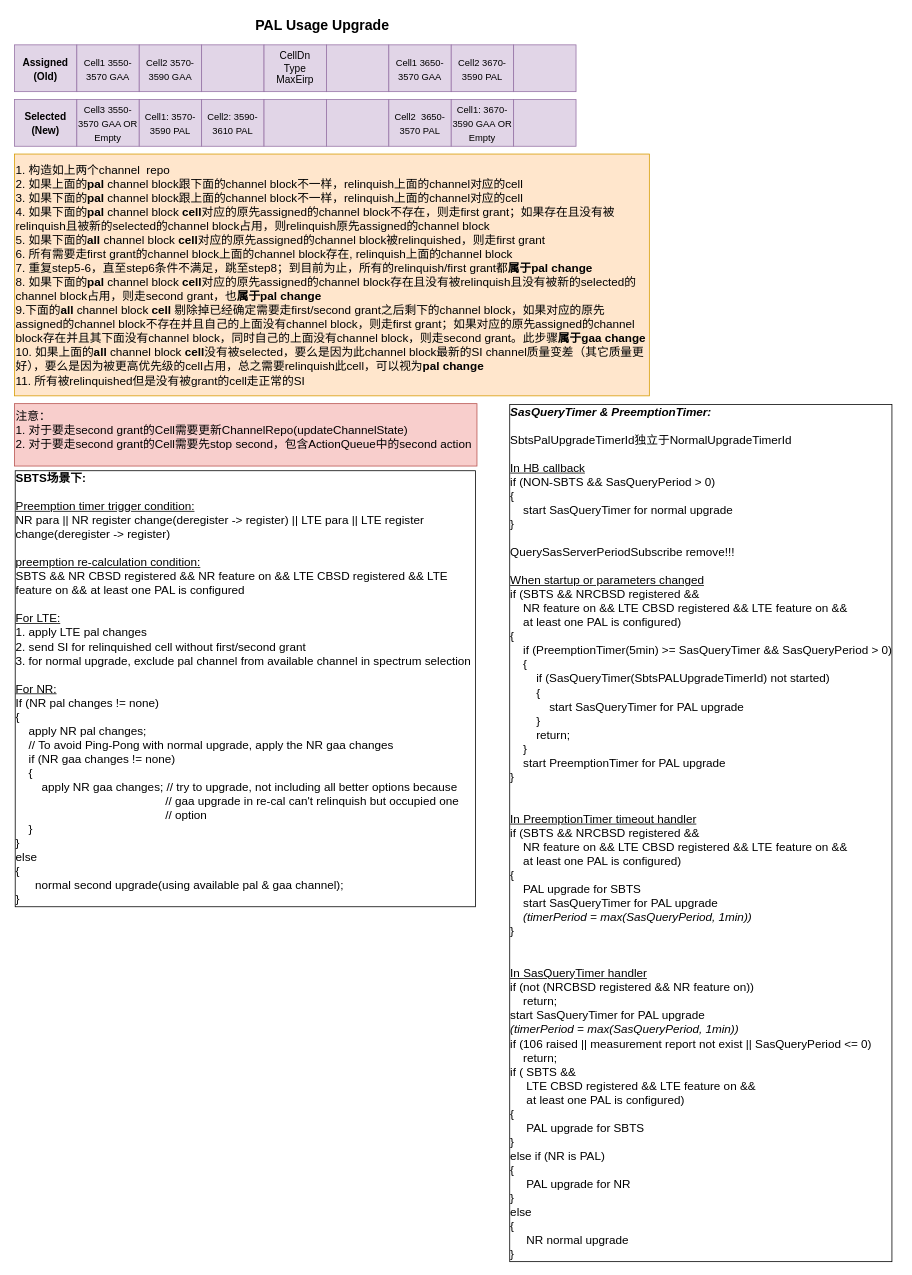
The draw.io diagram Pal_Change_Algorithm.drawio in xdlhzdh/drawio, before the edit. Source tidied: cells renumbered, new cells numbered last; positions are measured from the earlier drawing's top-left corner, leaving out a move shared by most shapes. Both pictures are drawn from the tidied source at 78%, with x=0, y=0 at pixel (13, 13).
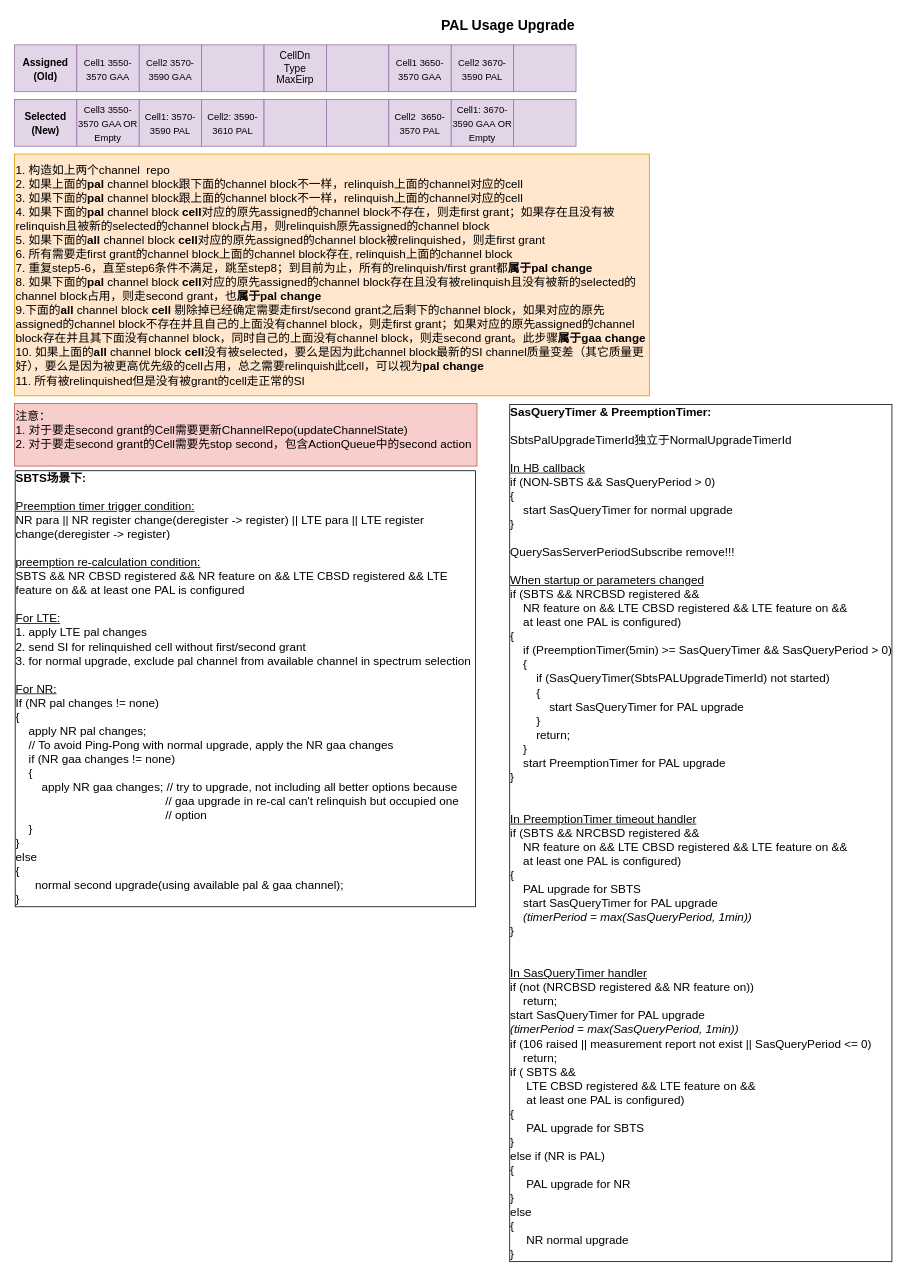
The same page after the edit.

Change to the diagram source:
```diff
@@
     <mxCell id="21" value="PAL Usage Upgrade" style="text;html=1;strokeColor=none;fillColor=none;align=center;verticalAlign=middle;whiteSpace=wrap;rounded=0;fontSize=18;fontColor=#000000;fontStyle=1;fontFamily=Helvetica;" parent="1" vertex="1">
-      <mxGeometry x="286" width="220" height="30" as="geometry" />
+      <mxGeometry x="524" width="220" height="30" as="geometry" />
     </mxCell>
@@
-    <mxCell id="24" value="&lt;div style=&quot;font-size: 15px;&quot;&gt;&lt;font style=&quot;font-size: 15px;&quot;&gt;&lt;i style=&quot;&quot;&gt;&lt;b style=&quot;&quot;&gt;SasQueryTimer &amp;amp; PreemptionTimer:&lt;/b&gt;&lt;/i&gt;&lt;/font&gt;&lt;/div&gt;&lt;div style=&quot;font-size: 15px;&quot;&gt;&lt;br&gt;&lt;/div&gt;&lt;div style=&quot;font-size: 15px;&quot;&gt;&lt;font style=&quot;font-size: 15px;&quot;&gt;SbtsPalUpgradeTimerId独立于NormalUpgradeTimerId&lt;/font&gt;&lt;/div&gt;&lt;div style=&quot;font-size: 15px;&quot;&gt;&lt;font style=&quot;font-size: 15px;&quot;&gt;&lt;br&gt;&lt;/font&gt;&lt;/div&gt;&lt;div style=&quot;font-size: 15px;&quot;&gt;&lt;font style=&quot;font-size: 15px;&quot;&gt;&lt;u&gt;In HB callback&lt;/u&gt;&lt;/font&gt;&lt;/div&gt;&lt;div style=&quot;font-size: 15px;&quot;&gt;&lt;font style=&quot;font-size: 15px;&quot;&gt;if (NON-SBTS &amp;amp;&amp;amp; SasQueryPeriod &amp;gt; 0)&lt;/font&gt;&lt;/div&gt;&lt;div style=&quot;font-size: 15px;&quot;&gt;&lt;font style=&quot;font-size: 15px;&quot;&gt;{&lt;/font&gt;&lt;/div&gt;&lt;div style=&quot;font-size: 15px;&quot;&gt;&lt;font style=&quot;font-size: 15px;&quot;&gt;&amp;nbsp; &amp;nbsp; start SasQueryTimer for normal upgrade&lt;/font&gt;&lt;/div&gt;&lt;div style=&quot;font-size: 15px;&quot;&gt;&lt;font style=&quot;font-size: 15px;&quot;&gt;}&lt;/font&gt;&lt;/div&gt;&lt;div style=&quot;font-size: 15px;&quot;&gt;&lt;font style=&quot;font-size: 15px;&quot;&gt;&lt;br&gt;&lt;/font&gt;&lt;/div&gt;&lt;div style=&quot;font-size: 15px;&quot;&gt;&lt;font style=&quot;font-size: 15px;&quot;&gt;QuerySasServerPeriodSubscribe remove!!!&lt;/font&gt;&lt;/div&gt;&lt;div style=&quot;font-size: 15px;&quot;&gt;&lt;font style=&quot;font-size: 15px;&quot;&gt;&lt;br&gt;&lt;/font&gt;&lt;/div&gt;&lt;div style=&quot;font-size: 15px;&quot;&gt;&lt;font style=&quot;font-size: 15px;&quot;&gt;&lt;u&gt;When startup or parameters changed&lt;/u&gt;&lt;/font&gt;&lt;/div&gt;&lt;div style=&quot;font-size: 15px;&quot;&gt;&lt;div&gt;&lt;font style=&quot;font-size: 15px;&quot;&gt;if (SBTS &amp;amp;&amp;amp; NRCBSD registered &amp;amp;&amp;amp;&lt;/font&gt;&lt;/div&gt;&lt;font style=&quot;font-size: 15px;&quot;&gt;&amp;nbsp; &amp;nbsp; NR feature on &amp;amp;&amp;amp; LTE CBSD registered &amp;amp;&amp;amp; LTE feature on &amp;amp;&amp;amp;&lt;br&gt;&amp;nbsp; &amp;nbsp; at least one PAL is configured&lt;span style=&quot;background-color: initial;&quot;&gt;)&lt;/span&gt;&lt;br&gt;&lt;/font&gt;&lt;/div&gt;&lt;div style=&quot;font-size: 15px;&quot;&gt;&lt;font style=&quot;font-size: 15px;&quot;&gt;{&lt;/font&gt;&lt;/div&gt;&lt;div style=&quot;font-size: 15px;&quot;&gt;&lt;font style=&quot;font-size: 15px;&quot;&gt;&amp;nbsp; &amp;nbsp; if (PreemptionTimer(5min) &amp;gt;= SasQueryTimer &amp;amp;&amp;amp; SasQueryPeriod&amp;nbsp;&amp;gt; 0)&lt;/font&gt;&lt;/div&gt;&lt;div style=&quot;font-size: 15px;&quot;&gt;&lt;font style=&quot;font-size: 15px;&quot;&gt;&amp;nbsp; &amp;nbsp; {&lt;/font&gt;&lt;/div&gt;&lt;div style=&quot;font-size: 15px;&quot;&gt;&lt;font style=&quot;font-size: 15px;&quot;&gt;&amp;nbsp; &amp;nbsp; &amp;nbsp; &amp;nbsp; if (SasQueryTimer(SbtsPALUpgradeTimerId) not started)&lt;/font&gt;&lt;/div&gt;&lt;div style=&quot;font-size: 15px;&quot;&gt;&lt;font style=&quot;font-size: 15px;&quot;&gt;&amp;nbsp; &amp;nbsp; &amp;nbsp; &amp;nbsp; {&lt;/font&gt;&lt;/div&gt;&lt;div style=&quot;font-size: 15px;&quot;&gt;&lt;font style=&quot;font-size: 15px;&quot;&gt;&amp;nbsp; &amp;nbsp; &amp;nbsp; &amp;nbsp; &amp;nbsp; &amp;nbsp; start SasQueryTimer for PAL upgrade&lt;/font&gt;&lt;/div&gt;&lt;div style=&quot;font-size: 15px;&quot;&gt;&lt;font style=&quot;font-size: 15px;&quot;&gt;&amp;nbsp; &amp;nbsp; &amp;nbsp; &amp;nbsp; }&lt;/font&gt;&lt;/div&gt;&lt;div style=&quot;font-size: 15px;&quot;&gt;&lt;font style=&quot;font-size: 15px;&quot;&gt;&amp;nbsp; &amp;nbsp; &amp;nbsp; &amp;nbsp; return;&lt;/font&gt;&lt;/div&gt;&lt;div style=&quot;font-size: 15px;&quot;&gt;&lt;font style=&quot;font-size: 15px;&quot;&gt;&amp;nbsp; &amp;nbsp; }&lt;/font&gt;&lt;/div&gt;&lt;div style=&quot;font-size: 15px;&quot;&gt;&lt;font style=&quot;font-size: 15px;&quot;&gt;&amp;nbsp; &amp;nbsp; start PreemptionTimer for PAL upgrade&lt;/font&gt;&lt;/div&gt;&lt;div style=&quot;font-size: 15px;&quot;&gt;&lt;font style=&quot;font-size: 15px;&quot;&gt;}&lt;/font&gt;&lt;/div&gt;&lt;div style=&quot;font-size: 15px;&quot;&gt;&lt;font style=&quot;font-size: 15px;&quot;&gt;&lt;br&gt;&lt;/font&gt;&lt;/div&gt;&lt;div style=&quot;font-size: 15px;&quot;&gt;&lt;font style=&quot;font-size: 15px;&quot;&gt;&lt;br&gt;&lt;/font&gt;&lt;/div&gt;&lt;div style=&quot;font-size: 15px;&quot;&gt;&lt;font style=&quot;font-size: 15px;&quot;&gt;&lt;u&gt;In PreemptionTimer timeout handler&lt;/u&gt;&lt;/font&gt;&lt;/div&gt;&lt;div style=&quot;font-size: 15px;&quot;&gt;&lt;font style=&quot;font-size: 15px;&quot;&gt;if (SBTS &amp;amp;&amp;amp; NRCBSD registered &amp;amp;&amp;amp;&lt;/font&gt;&lt;/div&gt;&lt;font style=&quot;font-size: 15px;&quot;&gt;&amp;nbsp; &amp;nbsp; NR feature on &amp;amp;&amp;amp; LTE CBSD registered &amp;amp;&amp;amp; LTE feature on &amp;amp;&amp;amp;&lt;br&gt;&amp;nbsp; &amp;nbsp; at least one PAL is configured&lt;span style=&quot;background-color: initial;&quot;&gt;)&lt;/span&gt;&lt;br&gt;&lt;/font&gt;&lt;div style=&quot;font-size: 15px;&quot;&gt;&lt;font style=&quot;font-size: 15px;&quot;&gt;{&lt;/font&gt;&lt;/div&gt;&lt;div style=&quot;font-size: 15px;&quot;&gt;&lt;font style=&quot;font-size: 15px;&quot;&gt;&amp;nbsp; &amp;nbsp; PAL upgrade for SBTS&lt;/font&gt;&lt;/div&gt;&lt;div style=&quot;font-size: 15px;&quot;&gt;&lt;font style=&quot;font-size: 15px;&quot;&gt;&amp;nbsp; &amp;nbsp; start SasQueryTimer for PAL upgrade&amp;nbsp;&lt;/font&gt;&lt;/div&gt;&lt;div style=&quot;font-size: 15px;&quot;&gt;&lt;font style=&quot;font-size: 15px;&quot;&gt;&amp;nbsp; &amp;nbsp; &lt;i&gt;(timerPeriod = max(SasQueryPeriod, 1min))&lt;/i&gt;&lt;/font&gt;&lt;/div&gt;&lt;div style=&quot;font-size: 15px;&quot;&gt;&lt;font style=&quot;font-size: 15px;&quot;&gt;}&lt;/font&gt;&lt;/div&gt;&lt;div style=&quot;font-size: 15px;&quot;&gt;&lt;font style=&quot;font-size: 15px;&quot;&gt;&lt;br&gt;&lt;/font&gt;&lt;/div&gt;&lt;div style=&quot;font-size: 15px;&quot;&gt;&lt;font style=&quot;font-size: 15px;&quot;&gt;&lt;br&gt;&lt;/font&gt;&lt;/div&gt;&lt;div style=&quot;font-size: 15px;&quot;&gt;&lt;font style=&quot;font-size: 15px;&quot;&gt;&lt;u&gt;In SasQueryTimer handler&lt;/u&gt;&lt;/font&gt;&lt;/div&gt;&lt;div style=&quot;font-size: 15px;&quot;&gt;&lt;div&gt;&lt;font style=&quot;font-size: 15px;&quot;&gt;if (not (NRCBSD registered &amp;amp;&amp;amp; NR feature on))&lt;/font&gt;&lt;/div&gt;&lt;div&gt;&lt;font style=&quot;font-size: 15px;&quot;&gt;&amp;nbsp; &amp;nbsp; return;&lt;/font&gt;&lt;/div&gt;&lt;div&gt;&lt;font style=&quot;font-size: 15px;&quot;&gt;start SasQueryTimer for PAL upgrade&lt;/font&gt;&lt;/div&gt;&lt;div&gt;&lt;font style=&quot;font-size: 15px;&quot;&gt;&lt;i style=&quot;&quot;&gt;(timerPeriod = max(SasQueryPeriod, 1min))&lt;/i&gt;&lt;/font&gt;&lt;/div&gt;&lt;div&gt;&lt;font style=&quot;font-size: 15px;&quot;&gt;if (106 raised || measurement report not exist ||&amp;nbsp;&lt;/font&gt;&lt;span style=&quot;background-color: initial;&quot;&gt;SasQueryPeriod &amp;lt;= 0)&lt;/span&gt;&lt;/div&gt;&lt;div&gt;&lt;font style=&quot;font-size: 15px;&quot;&gt;&amp;nbsp; &amp;nbsp; return;&lt;/font&gt;&lt;/div&gt;&lt;div&gt;&lt;font style=&quot;font-size: 15px;&quot;&gt;if ( SBTS &amp;amp;&amp;amp;&lt;/font&gt;&lt;/div&gt;&lt;div&gt;&lt;font style=&quot;font-size: 15px;&quot;&gt;&amp;nbsp; &amp;nbsp; &amp;nbsp;LTE CBSD registered &amp;amp;&amp;amp; LTE feature on &amp;amp;&amp;amp;&lt;/font&gt;&lt;/div&gt;&lt;div&gt;&lt;font style=&quot;font-size: 15px;&quot;&gt;&amp;nbsp; &amp;nbsp; &amp;nbsp;at least one PAL is configured)&lt;/font&gt;&lt;/div&gt;&lt;div&gt;&lt;font style=&quot;font-size: 15px;&quot;&gt;{&lt;/font&gt;&lt;/div&gt;&lt;div&gt;&lt;font style=&quot;font-size: 15px;&quot;&gt;&amp;nbsp; &amp;nbsp; &amp;nbsp;PAL upgrade for SBTS&lt;/font&gt;&lt;/div&gt;&lt;div&gt;&lt;font style=&quot;font-size: 15px;&quot;&gt;}&lt;/font&gt;&lt;/div&gt;&lt;div&gt;&lt;font style=&quot;font-size: 15px;&quot;&gt;else if (NR is PAL)&lt;/font&gt;&lt;/div&gt;&lt;div&gt;&lt;font style=&quot;font-size: 15px;&quot;&gt;{&lt;/font&gt;&lt;/div&gt;&lt;div&gt;&lt;font style=&quot;font-size: 15px;&quot;&gt;&amp;nbsp; &amp;nbsp; &amp;nbsp;PAL upgrade for NR&lt;/font&gt;&lt;/div&gt;&lt;div&gt;&lt;font style=&quot;font-size: 15px;&quot;&gt;}&lt;/font&gt;&lt;/div&gt;&lt;div&gt;&lt;font style=&quot;font-size: 15px;&quot;&gt;else&lt;/font&gt;&lt;/div&gt;&lt;div&gt;&lt;font style=&quot;font-size: 15px;&quot;&gt;{&lt;/font&gt;&lt;/div&gt;&lt;div&gt;&lt;font style=&quot;font-size: 15px;&quot;&gt;&amp;nbsp; &amp;nbsp; &amp;nbsp;NR normal upgrade&lt;/font&gt;&lt;/div&gt;&lt;div&gt;&lt;font style=&quot;font-size: 15px;&quot;&gt;}&lt;/font&gt;&lt;/div&gt;&lt;/div&gt;" style="text;html=1;strokeColor=none;fillColor=none;align=left;verticalAlign=middle;whiteSpace=wrap;rounded=0;sketch=0;shadow=0;labelBorderColor=default;" parent="1" vertex="1">
+    <mxCell id="24" value="&lt;div style=&quot;font-size: 15px;&quot;&gt;&lt;font style=&quot;font-size: 15px;&quot;&gt;&lt;b style=&quot;&quot;&gt;SasQueryTimer &amp;amp; PreemptionTimer:&lt;/b&gt;&lt;/font&gt;&lt;/div&gt;&lt;div style=&quot;font-size: 15px;&quot;&gt;&lt;br&gt;&lt;/div&gt;&lt;div style=&quot;font-size: 15px;&quot;&gt;&lt;font style=&quot;font-size: 15px;&quot;&gt;SbtsPalUpgradeTimerId独立于NormalUpgradeTimerId&lt;/font&gt;&lt;/div&gt;&lt;div style=&quot;font-size: 15px;&quot;&gt;&lt;font style=&quot;font-size: 15px;&quot;&gt;&lt;br&gt;&lt;/font&gt;&lt;/div&gt;&lt;div style=&quot;font-size: 15px;&quot;&gt;&lt;font style=&quot;font-size: 15px;&quot;&gt;&lt;u&gt;In HB callback&lt;/u&gt;&lt;/font&gt;&lt;/div&gt;&lt;div style=&quot;font-size: 15px;&quot;&gt;&lt;font style=&quot;font-size: 15px;&quot;&gt;if (NON-SBTS &amp;amp;&amp;amp; SasQueryPeriod &amp;gt; 0)&lt;/font&gt;&lt;/div&gt;&lt;div style=&quot;font-size: 15px;&quot;&gt;&lt;font style=&quot;font-size: 15px;&quot;&gt;{&lt;/font&gt;&lt;/div&gt;&lt;div style=&quot;font-size: 15px;&quot;&gt;&lt;font style=&quot;font-size: 15px;&quot;&gt;&amp;nbsp; &amp;nbsp; start SasQueryTimer for normal upgrade&lt;/font&gt;&lt;/div&gt;&lt;div style=&quot;font-size: 15px;&quot;&gt;&lt;font style=&quot;font-size: 15px;&quot;&gt;}&lt;/font&gt;&lt;/div&gt;&lt;div style=&quot;font-size: 15px;&quot;&gt;&lt;font style=&quot;font-size: 15px;&quot;&gt;&lt;br&gt;&lt;/font&gt;&lt;/div&gt;&lt;div style=&quot;font-size: 15px;&quot;&gt;&lt;font style=&quot;font-size: 15px;&quot;&gt;QuerySasServerPeriodSubscribe remove!!!&lt;/font&gt;&lt;/div&gt;&lt;div style=&quot;font-size: 15px;&quot;&gt;&lt;font style=&quot;font-size: 15px;&quot;&gt;&lt;br&gt;&lt;/font&gt;&lt;/div&gt;&lt;div style=&quot;font-size: 15px;&quot;&gt;&lt;font style=&quot;font-size: 15px;&quot;&gt;&lt;u&gt;When startup or parameters changed&lt;/u&gt;&lt;/font&gt;&lt;/div&gt;&lt;div style=&quot;font-size: 15px;&quot;&gt;&lt;div&gt;&lt;font style=&quot;font-size: 15px;&quot;&gt;if (SBTS &amp;amp;&amp;amp; NRCBSD registered &amp;amp;&amp;amp;&lt;/font&gt;&lt;/div&gt;&lt;font style=&quot;font-size: 15px;&quot;&gt;&amp;nbsp; &amp;nbsp; NR feature on &amp;amp;&amp;amp; LTE CBSD registered &amp;amp;&amp;amp; LTE feature on &amp;amp;&amp;amp;&lt;br&gt;&amp;nbsp; &amp;nbsp; at least one PAL is configured&lt;span style=&quot;background-color: initial;&quot;&gt;)&lt;/span&gt;&lt;br&gt;&lt;/font&gt;&lt;/div&gt;&lt;div style=&quot;font-size: 15px;&quot;&gt;&lt;font style=&quot;font-size: 15px;&quot;&gt;{&lt;/font&gt;&lt;/div&gt;&lt;div style=&quot;font-size: 15px;&quot;&gt;&lt;font style=&quot;font-size: 15px;&quot;&gt;&amp;nbsp; &amp;nbsp; if (PreemptionTimer(5min) &amp;gt;= SasQueryTimer &amp;amp;&amp;amp; SasQueryPeriod&amp;nbsp;&amp;gt; 0)&lt;/font&gt;&lt;/div&gt;&lt;div style=&quot;font-size: 15px;&quot;&gt;&lt;font style=&quot;font-size: 15px;&quot;&gt;&amp;nbsp; &amp;nbsp; {&lt;/font&gt;&lt;/div&gt;&lt;div style=&quot;font-size: 15px;&quot;&gt;&lt;font style=&quot;font-size: 15px;&quot;&gt;&amp;nbsp; &amp;nbsp; &amp;nbsp; &amp;nbsp; if (SasQueryTimer(SbtsPALUpgradeTimerId) not started)&lt;/font&gt;&lt;/div&gt;&lt;div style=&quot;font-size: 15px;&quot;&gt;&lt;font style=&quot;font-size: 15px;&quot;&gt;&amp;nbsp; &amp;nbsp; &amp;nbsp; &amp;nbsp; {&lt;/font&gt;&lt;/div&gt;&lt;div style=&quot;font-size: 15px;&quot;&gt;&lt;font style=&quot;font-size: 15px;&quot;&gt;&amp;nbsp; &amp;nbsp; &amp;nbsp; &amp;nbsp; &amp;nbsp; &amp;nbsp; start SasQueryTimer for PAL upgrade&lt;/font&gt;&lt;/div&gt;&lt;div style=&quot;font-size: 15px;&quot;&gt;&lt;font style=&quot;font-size: 15px;&quot;&gt;&amp;nbsp; &amp;nbsp; &amp;nbsp; &amp;nbsp; }&lt;/font&gt;&lt;/div&gt;&lt;div style=&quot;font-size: 15px;&quot;&gt;&lt;font style=&quot;font-size: 15px;&quot;&gt;&amp;nbsp; &amp;nbsp; &amp;nbsp; &amp;nbsp; return;&lt;/font&gt;&lt;/div&gt;&lt;div style=&quot;font-size: 15px;&quot;&gt;&lt;font style=&quot;font-size: 15px;&quot;&gt;&amp;nbsp; &amp;nbsp; }&lt;/font&gt;&lt;/div&gt;&lt;div style=&quot;font-size: 15px;&quot;&gt;&lt;font style=&quot;font-size: 15px;&quot;&gt;&amp;nbsp; &amp;nbsp; start PreemptionTimer for PAL upgrade&lt;/font&gt;&lt;/div&gt;&lt;div style=&quot;font-size: 15px;&quot;&gt;&lt;font style=&quot;font-size: 15px;&quot;&gt;}&lt;/font&gt;&lt;/div&gt;&lt;div style=&quot;font-size: 15px;&quot;&gt;&lt;font style=&quot;font-size: 15px;&quot;&gt;&lt;br&gt;&lt;/font&gt;&lt;/div&gt;&lt;div style=&quot;font-size: 15px;&quot;&gt;&lt;font style=&quot;font-size: 15px;&quot;&gt;&lt;br&gt;&lt;/font&gt;&lt;/div&gt;&lt;div style=&quot;font-size: 15px;&quot;&gt;&lt;font style=&quot;font-size: 15px;&quot;&gt;&lt;u&gt;In PreemptionTimer timeout handler&lt;/u&gt;&lt;/font&gt;&lt;/div&gt;&lt;div style=&quot;font-size: 15px;&quot;&gt;&lt;font style=&quot;font-size: 15px;&quot;&gt;if (SBTS &amp;amp;&amp;amp; NRCBSD registered &amp;amp;&amp;amp;&lt;/font&gt;&lt;/div&gt;&lt;font style=&quot;font-size: 15px;&quot;&gt;&amp;nbsp; &amp;nbsp; NR feature on &amp;amp;&amp;amp; LTE CBSD registered &amp;amp;&amp;amp; LTE feature on &amp;amp;&amp;amp;&lt;br&gt;&amp;nbsp; &amp;nbsp; at least one PAL is configured&lt;span style=&quot;background-color: initial;&quot;&gt;)&lt;/span&gt;&lt;br&gt;&lt;/font&gt;&lt;div style=&quot;font-size: 15px;&quot;&gt;&lt;font style=&quot;font-size: 15px;&quot;&gt;{&lt;/font&gt;&lt;/div&gt;&lt;div style=&quot;font-size: 15px;&quot;&gt;&lt;font style=&quot;font-size: 15px;&quot;&gt;&amp;nbsp; &amp;nbsp; PAL upgrade for SBTS&lt;/font&gt;&lt;/div&gt;&lt;div style=&quot;font-size: 15px;&quot;&gt;&lt;font style=&quot;font-size: 15px;&quot;&gt;&amp;nbsp; &amp;nbsp; start SasQueryTimer for PAL upgrade&amp;nbsp;&lt;/font&gt;&lt;/div&gt;&lt;div style=&quot;font-size: 15px;&quot;&gt;&lt;font style=&quot;font-size: 15px;&quot;&gt;&amp;nbsp; &amp;nbsp; &lt;i&gt;(timerPeriod = max(SasQueryPeriod, 1min))&lt;/i&gt;&lt;/font&gt;&lt;/div&gt;&lt;div style=&quot;font-size: 15px;&quot;&gt;&lt;font style=&quot;font-size: 15px;&quot;&gt;}&lt;/font&gt;&lt;/div&gt;&lt;div style=&quot;font-size: 15px;&quot;&gt;&lt;font style=&quot;font-size: 15px;&quot;&gt;&lt;br&gt;&lt;/font&gt;&lt;/div&gt;&lt;div style=&quot;font-size: 15px;&quot;&gt;&lt;font style=&quot;font-size: 15px;&quot;&gt;&lt;br&gt;&lt;/font&gt;&lt;/div&gt;&lt;div style=&quot;font-size: 15px;&quot;&gt;&lt;font style=&quot;font-size: 15px;&quot;&gt;&lt;u&gt;In SasQueryTimer handler&lt;/u&gt;&lt;/font&gt;&lt;/div&gt;&lt;div style=&quot;font-size: 15px;&quot;&gt;&lt;div&gt;&lt;font style=&quot;font-size: 15px;&quot;&gt;if (not (NRCBSD registered &amp;amp;&amp;amp; NR feature on))&lt;/font&gt;&lt;/div&gt;&lt;div&gt;&lt;font style=&quot;font-size: 15px;&quot;&gt;&amp;nbsp; &amp;nbsp; return;&lt;/font&gt;&lt;/div&gt;&lt;div&gt;&lt;font style=&quot;font-size: 15px;&quot;&gt;start SasQueryTimer for PAL upgrade&lt;/font&gt;&lt;/div&gt;&lt;div&gt;&lt;font style=&quot;font-size: 15px;&quot;&gt;&lt;i style=&quot;&quot;&gt;(timerPeriod = max(SasQueryPeriod, 1min))&lt;/i&gt;&lt;/font&gt;&lt;/div&gt;&lt;div&gt;&lt;font style=&quot;font-size: 15px;&quot;&gt;if (106 raised || measurement report not exist ||&amp;nbsp;&lt;/font&gt;&lt;span style=&quot;background-color: initial;&quot;&gt;SasQueryPeriod &amp;lt;= 0)&lt;/span&gt;&lt;/div&gt;&lt;div&gt;&lt;font style=&quot;font-size: 15px;&quot;&gt;&amp;nbsp; &amp;nbsp; return;&lt;/font&gt;&lt;/div&gt;&lt;div&gt;&lt;font style=&quot;font-size: 15px;&quot;&gt;if ( SBTS &amp;amp;&amp;amp;&lt;/font&gt;&lt;/div&gt;&lt;div&gt;&lt;font style=&quot;font-size: 15px;&quot;&gt;&amp;nbsp; &amp;nbsp; &amp;nbsp;LTE CBSD registered &amp;amp;&amp;amp; LTE feature on &amp;amp;&amp;amp;&lt;/font&gt;&lt;/div&gt;&lt;div&gt;&lt;font style=&quot;font-size: 15px;&quot;&gt;&amp;nbsp; &amp;nbsp; &amp;nbsp;at least one PAL is configured)&lt;/font&gt;&lt;/div&gt;&lt;div&gt;&lt;font style=&quot;font-size: 15px;&quot;&gt;{&lt;/font&gt;&lt;/div&gt;&lt;div&gt;&lt;font style=&quot;font-size: 15px;&quot;&gt;&amp;nbsp; &amp;nbsp; &amp;nbsp;PAL upgrade for SBTS&lt;/font&gt;&lt;/div&gt;&lt;div&gt;&lt;font style=&quot;font-size: 15px;&quot;&gt;}&lt;/font&gt;&lt;/div&gt;&lt;div&gt;&lt;font style=&quot;font-size: 15px;&quot;&gt;else if (NR is PAL)&lt;/font&gt;&lt;/div&gt;&lt;div&gt;&lt;font style=&quot;font-size: 15px;&quot;&gt;{&lt;/font&gt;&lt;/div&gt;&lt;div&gt;&lt;font style=&quot;font-size: 15px;&quot;&gt;&amp;nbsp; &amp;nbsp; &amp;nbsp;PAL upgrade for NR&lt;/font&gt;&lt;/div&gt;&lt;div&gt;&lt;font style=&quot;font-size: 15px;&quot;&gt;}&lt;/font&gt;&lt;/div&gt;&lt;div&gt;&lt;font style=&quot;font-size: 15px;&quot;&gt;else&lt;/font&gt;&lt;/div&gt;&lt;div&gt;&lt;font style=&quot;font-size: 15px;&quot;&gt;{&lt;/font&gt;&lt;/div&gt;&lt;div&gt;&lt;font style=&quot;font-size: 15px;&quot;&gt;&amp;nbsp; &amp;nbsp; &amp;nbsp;NR normal upgrade&lt;/font&gt;&lt;/div&gt;&lt;div&gt;&lt;font style=&quot;font-size: 15px;&quot;&gt;}&lt;/font&gt;&lt;/div&gt;&lt;/div&gt;" style="text;html=1;strokeColor=none;fillColor=none;align=left;verticalAlign=middle;whiteSpace=wrap;rounded=0;sketch=0;shadow=0;labelBorderColor=default;" parent="1" vertex="1">
       <mxGeometry x="634" y="500" width="500" height="1100" as="geometry" />
     </mxCell>
```
